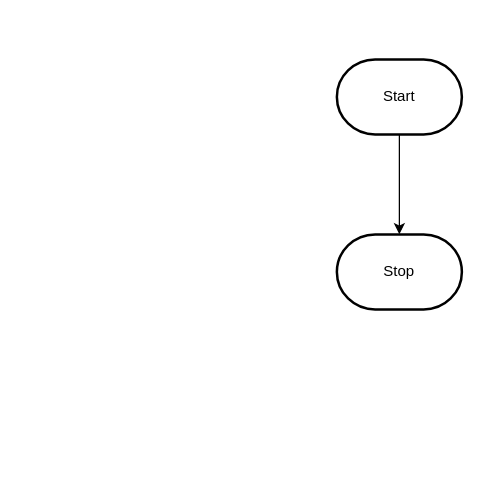
MTHS-TEJ2O-1-2023/TEJ2O-Unit-5-07-michael-bruneau keeps this draw.io diagram as design/flowchart.drawio. Above is the earlier version. Source tidied: cells renumbered, new cells numbered last; positions are measured from the earlier drawing's top-left corner, leaving out a move shared by most shapes. Both pictures are drawn from the tidied source at 125%, with x=0, y=0 at pixel (336, 59).
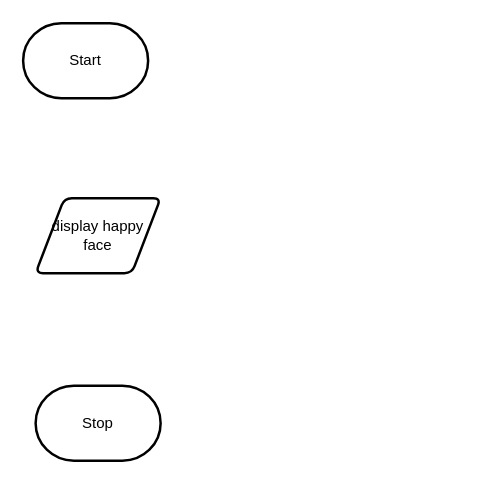
The same page after the edit.

The edit, as a diff of the source:
```diff
@@
 <mxGraphModel>
   <root>
     <mxCell id="0" />
     <mxCell id="1" parent="0" />
-    <mxCell id="2" style="edgeStyle=orthogonalEdgeStyle;html=1;rounded=0;" parent="1" edge="1" source="3" target="4">
-      <mxGeometry relative="1" as="geometry" />
-    </mxCell>
     <mxCell id="3" value="Start" style="strokeWidth=2;html=1;shape=mxgraph.flowchart.terminator;whiteSpace=wrap;" parent="1" vertex="1">
-      <mxGeometry width="100" height="60" as="geometry" />
+      <mxGeometry x="-251" y="-29" width="100" height="60" as="geometry" />
     </mxCell>
     <mxCell id="4" value="Stop" style="strokeWidth=2;html=1;shape=mxgraph.flowchart.terminator;whiteSpace=wrap;" parent="1" vertex="1">
-      <mxGeometry y="140" width="100" height="60" as="geometry" />
+      <mxGeometry x="-241" y="261" width="100" height="60" as="geometry" />
     </mxCell>
+    <mxCell id="2" value="display happy face" style="shape=parallelogram;html=1;strokeWidth=2;perimeter=parallelogramPerimeter;whiteSpace=wrap;rounded=1;arcSize=12;size=0.23;" parent="1" vertex="1">
+      <mxGeometry x="-241" y="111" width="100" height="60" as="geometry" />
+    </mxCell>
   </root>
 </mxGraphModel>
```
